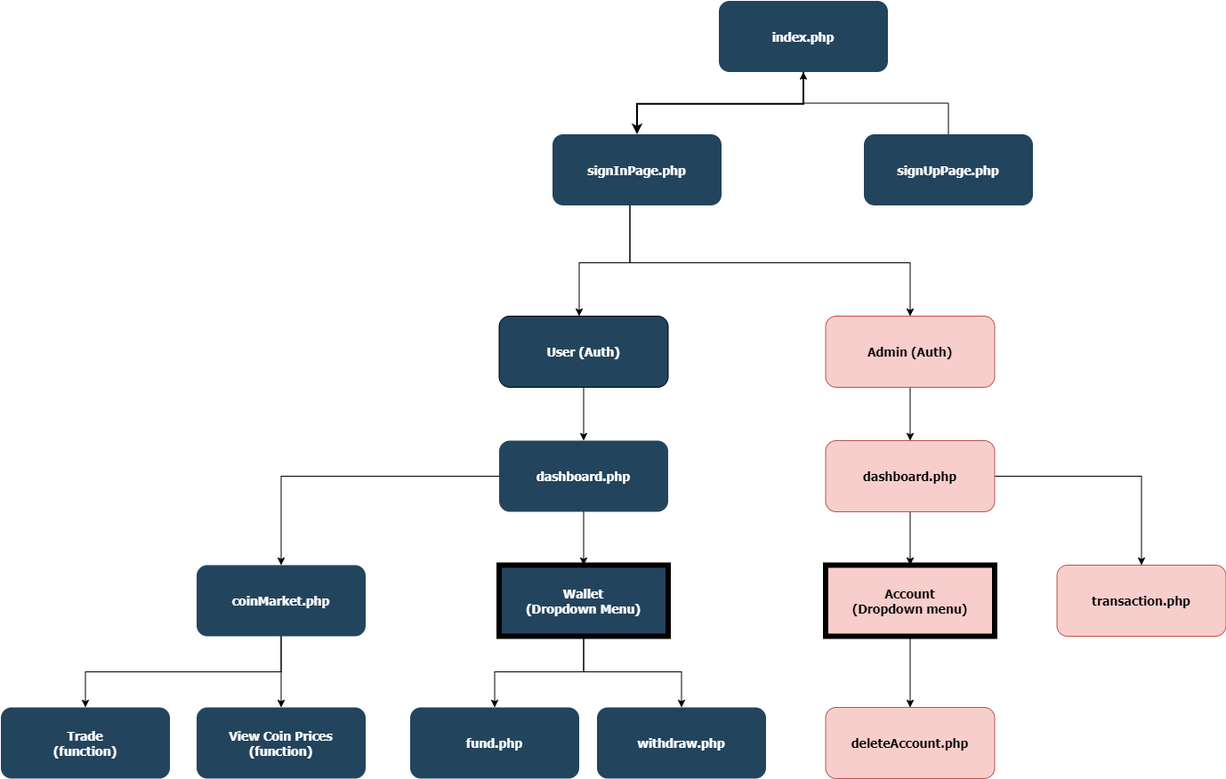
Before: Sitemap.png, a diagram exported from draw.io (elvinlai1/CryptoExchange). Source tidied: cells renumbered, new cells last; positions are measured from the earlier drawing's top-left corner, leaving out a move shared by most shapes. Its diagram source:
```xml
<mxGraphModel background="#ffffff">
  <root>
    <mxCell id="0" />
    <mxCell id="1" parent="0" />
    <mxCell id="2" value="index.php" style="rounded=1;fillColor=#23445D;gradientColor=none;strokeColor=none;fontColor=#FFFFFF;fontStyle=1;fontFamily=Tahoma;fontSize=14;" parent="1" vertex="1">
      <mxGeometry x="807" y="-0.5" width="190" height="80" as="geometry" />
    </mxCell>
    <mxCell id="3" style="edgeStyle=orthogonalEdgeStyle;rounded=0;jettySize=auto;html=1;" parent="1" edge="1" source="5" target="16">
      <mxGeometry relative="1" as="geometry">
        <Array as="points">
          <mxPoint x="707" y="294" />
          <mxPoint x="650" y="294" />
        </Array>
      </mxGeometry>
    </mxCell>
    <mxCell id="4" style="edgeStyle=orthogonalEdgeStyle;rounded=0;jettySize=auto;html=1;" parent="1" edge="1" source="5" target="7">
      <mxGeometry relative="1" as="geometry">
        <Array as="points">
          <mxPoint x="707" y="294" />
          <mxPoint x="1022" y="294" />
        </Array>
      </mxGeometry>
    </mxCell>
    <mxCell id="5" value="signInPage.php" style="rounded=1;fillColor=#23445D;gradientColor=none;strokeColor=none;fontColor=#FFFFFF;fontStyle=1;fontFamily=Tahoma;fontSize=14;" parent="1" vertex="1">
      <mxGeometry x="620" y="149.5" width="190" height="80" as="geometry" />
    </mxCell>
    <mxCell id="6" style="edgeStyle=orthogonalEdgeStyle;rounded=0;jettySize=auto;html=1;fontColor=#FFFFFF;" parent="1" edge="1" source="7" target="10">
      <mxGeometry relative="1" as="geometry" />
    </mxCell>
    <mxCell id="7" value="Admin (Auth)" style="rounded=1;fillColor=#f8cecc;strokeColor=#b85450;fontStyle=1;fontFamily=Tahoma;fontSize=14;" parent="1" vertex="1">
      <mxGeometry x="927" y="354" width="190" height="80" as="geometry" />
    </mxCell>
    <mxCell id="8" style="edgeStyle=orthogonalEdgeStyle;rounded=0;jettySize=auto;html=1;fontColor=#FFFFFF;" parent="1" edge="1" source="10" target="13">
      <mxGeometry relative="1" as="geometry" />
    </mxCell>
    <mxCell id="9" style="edgeStyle=orthogonalEdgeStyle;rounded=0;jettySize=auto;html=1;fontColor=#FFFFFF;" parent="1" edge="1" source="10" target="11">
      <mxGeometry relative="1" as="geometry" />
    </mxCell>
    <mxCell id="10" value="dashboard.php" style="rounded=1;fillColor=#f8cecc;strokeColor=#b85450;fontStyle=1;fontFamily=Tahoma;fontSize=14;" parent="1" vertex="1">
      <mxGeometry x="927" y="494" width="190" height="80" as="geometry" />
    </mxCell>
    <mxCell id="11" value="transaction.php" style="rounded=1;fillColor=#f8cecc;strokeColor=#b85450;fontStyle=1;fontFamily=Tahoma;fontSize=14;" parent="1" vertex="1">
      <mxGeometry x="1187" y="634" width="190" height="80" as="geometry" />
    </mxCell>
    <mxCell id="12" style="edgeStyle=orthogonalEdgeStyle;rounded=0;jettySize=auto;html=1;fontColor=#FFFFFF;" parent="1" edge="1" source="13" target="14">
      <mxGeometry relative="1" as="geometry" />
    </mxCell>
    <mxCell id="13" value="Account&#10;(Dropdown menu)" style="rounded=0;fillColor=#f8cecc;strokeColor=#000000;fontStyle=1;fontFamily=Tahoma;fontSize=14;strokeWidth=6;shadow=0;" parent="1" vertex="1">
      <mxGeometry x="927" y="634" width="190" height="80" as="geometry" />
    </mxCell>
    <mxCell id="14" value="deleteAccount.php" style="rounded=1;fillColor=#f8cecc;strokeColor=#b85450;fontStyle=1;fontFamily=Tahoma;fontSize=14;" parent="1" vertex="1">
      <mxGeometry x="927" y="794" width="190" height="80" as="geometry" />
    </mxCell>
    <mxCell id="15" style="edgeStyle=orthogonalEdgeStyle;rounded=0;jettySize=auto;html=1;" parent="1" edge="1" source="16" target="19">
      <mxGeometry relative="1" as="geometry" />
    </mxCell>
    <mxCell id="16" value="User (Auth)" style="rounded=1;fillColor=#23445D;strokeColor=#000000;fontStyle=1;fontFamily=Tahoma;fontSize=14;gradientColor=none;fontColor=#FFFFFF;" parent="1" vertex="1">
      <mxGeometry x="560" y="354" width="190" height="80" as="geometry" />
    </mxCell>
    <mxCell id="17" style="edgeStyle=orthogonalEdgeStyle;rounded=0;jettySize=auto;html=1;fontColor=#FFFFFF;" parent="1" edge="1" source="19" target="27">
      <mxGeometry relative="1" as="geometry" />
    </mxCell>
    <mxCell id="18" style="edgeStyle=orthogonalEdgeStyle;rounded=0;jettySize=auto;html=1;fontColor=#FFFFFF;" parent="1" edge="1" source="19" target="22">
      <mxGeometry relative="1" as="geometry" />
    </mxCell>
    <mxCell id="19" value="dashboard.php" style="rounded=1;fillColor=#23445D;gradientColor=none;strokeColor=none;fontColor=#FFFFFF;fontStyle=1;fontFamily=Tahoma;fontSize=14;" parent="1" vertex="1">
      <mxGeometry x="560" y="494" width="190" height="80" as="geometry" />
    </mxCell>
    <mxCell id="20" style="edgeStyle=orthogonalEdgeStyle;rounded=0;jettySize=auto;html=1;fontColor=#FFFFFF;" parent="1" edge="1" source="22" target="24">
      <mxGeometry relative="1" as="geometry" />
    </mxCell>
    <mxCell id="21" style="edgeStyle=orthogonalEdgeStyle;rounded=0;jettySize=auto;html=1;fontColor=#FFFFFF;" parent="1" edge="1" source="22" target="23">
      <mxGeometry relative="1" as="geometry" />
    </mxCell>
    <mxCell id="22" value="Wallet &#10;(Dropdown Menu)" style="rounded=0;fillColor=#23445D;gradientColor=none;strokeColor=#000000;fontColor=#FFFFFF;fontStyle=1;fontFamily=Tahoma;fontSize=14;strokeWidth=6;" parent="1" vertex="1">
      <mxGeometry x="560" y="634" width="190" height="80" as="geometry" />
    </mxCell>
    <mxCell id="23" value="withdraw.php" style="rounded=1;fillColor=#23445D;gradientColor=none;strokeColor=none;fontColor=#FFFFFF;fontStyle=1;fontFamily=Tahoma;fontSize=14;" parent="1" vertex="1">
      <mxGeometry x="670" y="794" width="190" height="80" as="geometry" />
    </mxCell>
    <mxCell id="24" value="fund.php" style="rounded=1;fillColor=#23445D;gradientColor=none;strokeColor=none;fontColor=#FFFFFF;fontStyle=1;fontFamily=Tahoma;fontSize=14;" parent="1" vertex="1">
      <mxGeometry x="460" y="794" width="190" height="80" as="geometry" />
    </mxCell>
    <mxCell id="25" style="edgeStyle=orthogonalEdgeStyle;rounded=0;jettySize=auto;html=1;fontColor=#FFFFFF;" parent="1" edge="1" source="27" target="29">
      <mxGeometry relative="1" as="geometry">
        <Array as="points">
          <mxPoint x="315" y="754" />
          <mxPoint x="95" y="754" />
        </Array>
      </mxGeometry>
    </mxCell>
    <mxCell id="26" style="edgeStyle=orthogonalEdgeStyle;rounded=0;jettySize=auto;html=1;fontColor=#FFFFFF;" parent="1" edge="1" source="27" target="28">
      <mxGeometry relative="1" as="geometry" />
    </mxCell>
    <mxCell id="27" value="coinMarket.php" style="rounded=1;fillColor=#23445D;gradientColor=none;strokeColor=none;fontColor=#FFFFFF;fontStyle=1;fontFamily=Tahoma;fontSize=14;" parent="1" vertex="1">
      <mxGeometry x="220" y="634" width="190" height="80" as="geometry" />
    </mxCell>
    <mxCell id="28" value="View Coin Prices&#10;(function)" style="rounded=1;fillColor=#23445D;gradientColor=none;strokeColor=none;fontColor=#FFFFFF;fontStyle=1;fontFamily=Tahoma;fontSize=14;" parent="1" vertex="1">
      <mxGeometry x="220" y="794" width="190" height="80" as="geometry" />
    </mxCell>
    <mxCell id="29" value="Trade &#10;(function)" style="rounded=1;fillColor=#23445D;gradientColor=none;strokeColor=none;fontColor=#FFFFFF;fontStyle=1;fontFamily=Tahoma;fontSize=14;" parent="1" vertex="1">
      <mxGeometry y="794" width="190" height="80" as="geometry" />
    </mxCell>
    <mxCell id="30" style="edgeStyle=elbowEdgeStyle;elbow=vertical;strokeWidth=2;rounded=0;" parent="1" edge="1" source="2" target="5">
      <mxGeometry x="347" y="225.5" as="geometry" />
    </mxCell>
    <mxCell id="31" style="edgeStyle=orthogonalEdgeStyle;rounded=0;jettySize=auto;html=1;" parent="1" edge="1" source="32" target="2">
      <mxGeometry relative="1" as="geometry" />
    </mxCell>
    <mxCell id="32" value="signUpPage.php" style="rounded=1;fillColor=#23445D;gradientColor=none;strokeColor=none;fontColor=#FFFFFF;fontStyle=1;fontFamily=Tahoma;fontSize=14;" parent="1" vertex="1">
      <mxGeometry x="970" y="149.5" width="190" height="80" as="geometry" />
    </mxCell>
  </root>
</mxGraphModel>
```
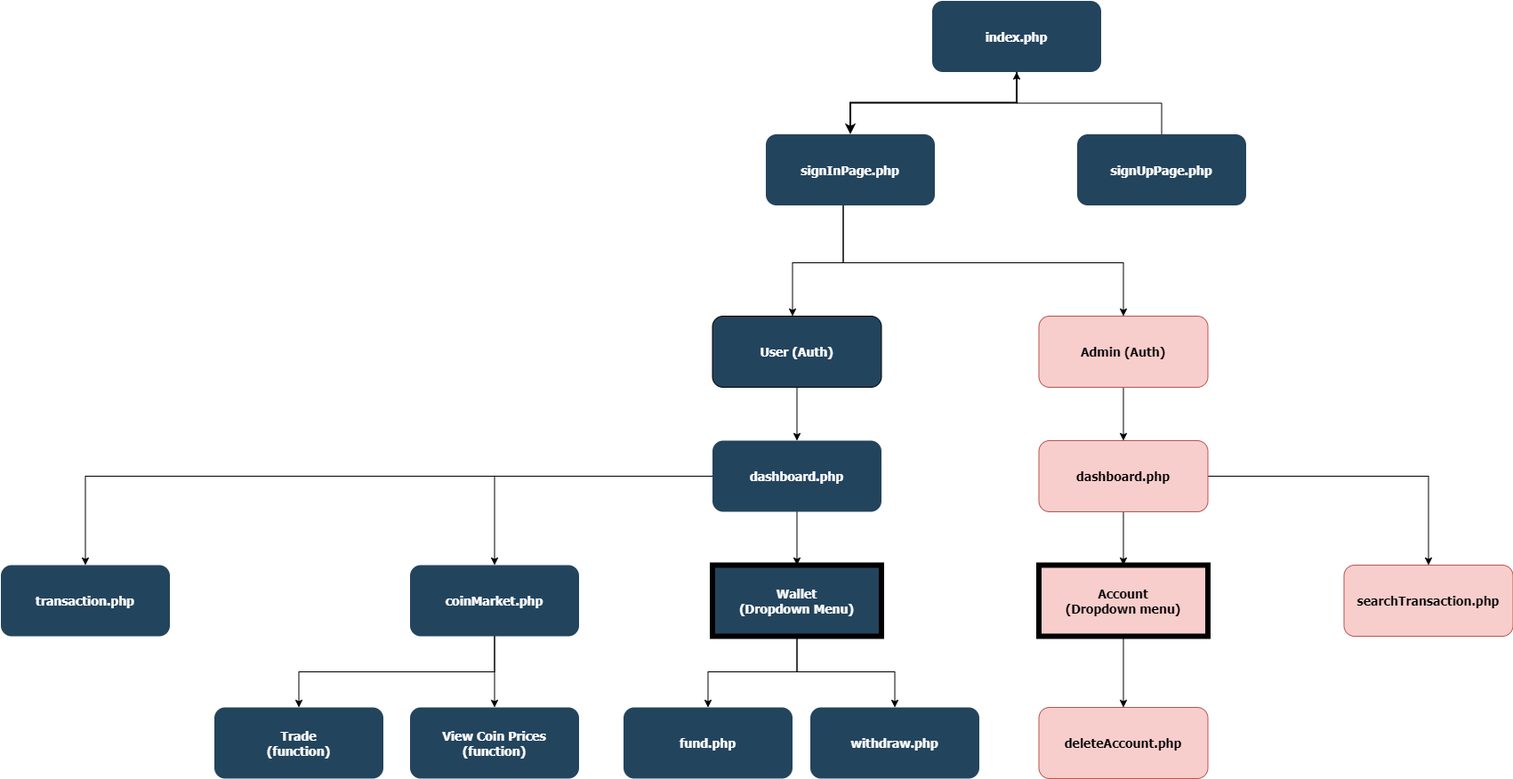
Later version of the same file.

Diff of the diagram source:
```diff
@@ -39,8 +39,8 @@
     <mxCell id="10" value="dashboard.php" style="rounded=1;fillColor=#f8cecc;strokeColor=#b85450;fontStyle=1;fontFamily=Tahoma;fontSize=14;" parent="1" vertex="1">
       <mxGeometry x="927" y="494" width="190" height="80" as="geometry" />
     </mxCell>
-    <mxCell id="11" value="transaction.php" style="rounded=1;fillColor=#f8cecc;strokeColor=#b85450;fontStyle=1;fontFamily=Tahoma;fontSize=14;" parent="1" vertex="1">
-      <mxGeometry x="1187" y="634" width="190" height="80" as="geometry" />
+    <mxCell id="11" value="searchTransaction.php" style="rounded=1;fillColor=#f8cecc;strokeColor=#b85450;fontStyle=1;fontFamily=Tahoma;fontSize=14;" parent="1" vertex="1">
+      <mxGeometry x="1270" y="634" width="190" height="80" as="geometry" />
     </mxCell>
     <mxCell id="12" style="edgeStyle=orthogonalEdgeStyle;rounded=0;jettySize=auto;html=1;fontColor=#FFFFFF;" parent="1" edge="1" source="13" target="14">
       <mxGeometry relative="1" as="geometry" />
@@ -63,9 +63,15 @@
     <mxCell id="18" style="edgeStyle=orthogonalEdgeStyle;rounded=0;jettySize=auto;html=1;fontColor=#FFFFFF;" parent="1" edge="1" source="19" target="22">
       <mxGeometry relative="1" as="geometry" />
     </mxCell>
+    <mxCell id="33" style="edgeStyle=orthogonalEdgeStyle;rounded=0;jettySize=auto;html=1;fontColor=#FFFFFF;" parent="1" edge="1" source="19" target="34">
+      <mxGeometry relative="1" as="geometry" />
+    </mxCell>
     <mxCell id="19" value="dashboard.php" style="rounded=1;fillColor=#23445D;gradientColor=none;strokeColor=none;fontColor=#FFFFFF;fontStyle=1;fontFamily=Tahoma;fontSize=14;" parent="1" vertex="1">
       <mxGeometry x="560" y="494" width="190" height="80" as="geometry" />
     </mxCell>
+    <mxCell id="34" value="transaction.php" style="rounded=1;fillColor=#23445D;gradientColor=none;strokeColor=none;fontColor=#FFFFFF;fontStyle=1;fontFamily=Tahoma;fontSize=14;" parent="1" vertex="1">
+      <mxGeometry x="-240" y="634" width="190" height="80" as="geometry" />
+    </mxCell>
     <mxCell id="20" style="edgeStyle=orthogonalEdgeStyle;rounded=0;jettySize=auto;html=1;fontColor=#FFFFFF;" parent="1" edge="1" source="22" target="24">
       <mxGeometry relative="1" as="geometry" />
     </mxCell>
```
